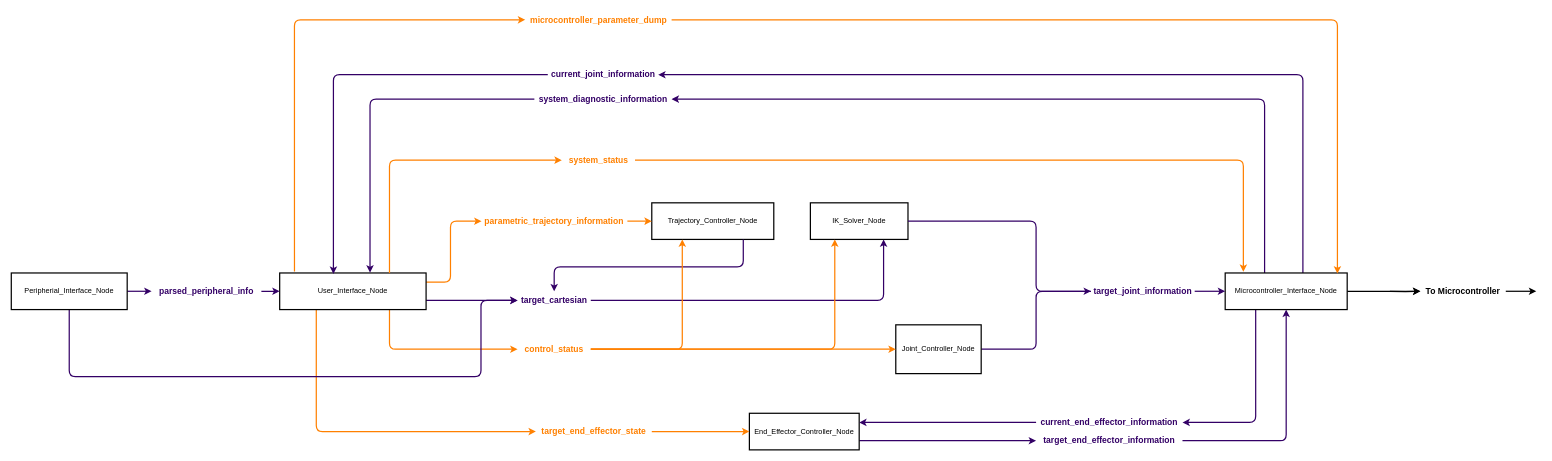
Above: project_documents/model_ROS_diagram.drawio in darudecookie/V2-Robot-Arm (draw.io), before the change. Source tidied: cells renumbered, new cells numbered last; positions are measured from the earlier drawing's top-left corner, leaving out a move shared by most shapes. Both pictures are drawn from the tidied source at 61%, with x=0, y=0 at pixel (11, 10).
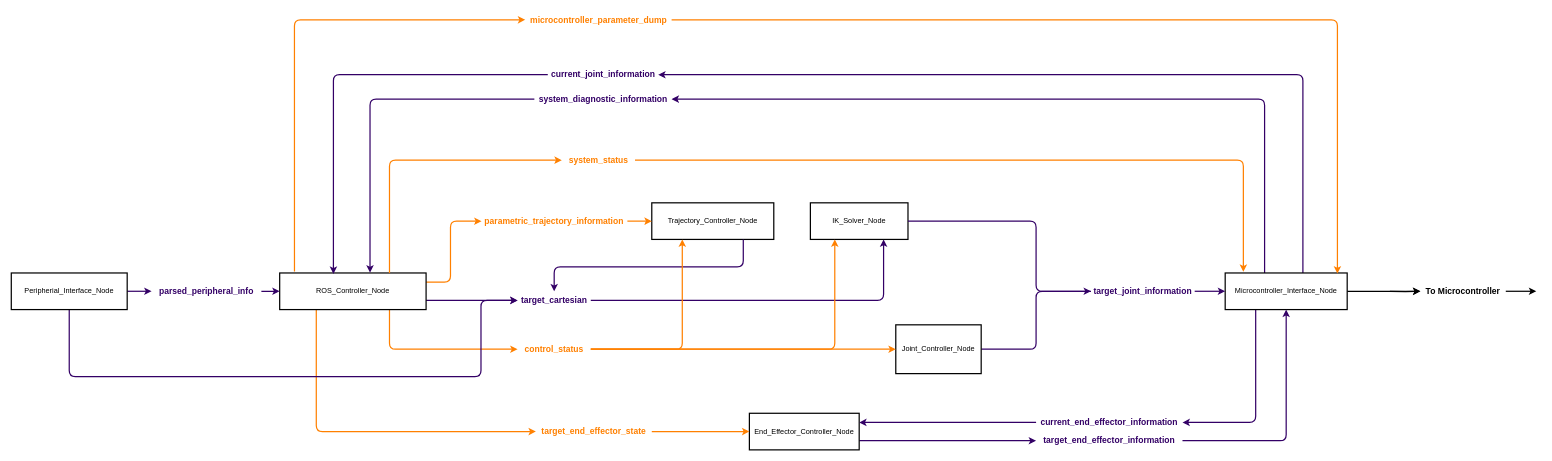
After the change.

Commit message (it also covers changes not shown here):
created model gui layout; updated testing to new library (not working rn)

Change to the diagram source:
```diff
@@
-    <mxCell id="13" value="&lt;div&gt;User_Interface_Node&lt;/div&gt;" style="rounded=0;whiteSpace=wrap;html=1;strokeWidth=2;" parent="1" vertex="1">
+    <mxCell id="13" value="ROS_Controller_Node" style="rounded=0;whiteSpace=wrap;html=1;strokeWidth=2;" parent="1" vertex="1">
       <mxGeometry x="440" y="430" width="240" height="60" as="geometry" />
     </mxCell>
```
